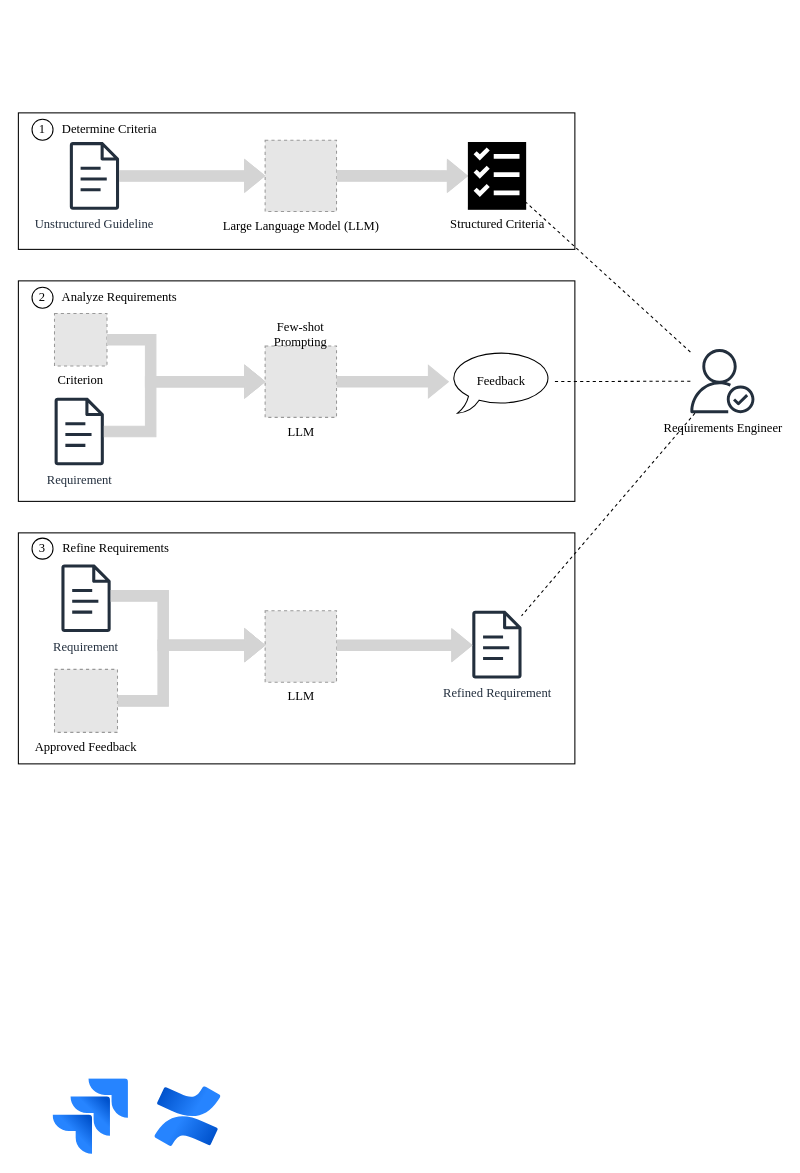
Above: Untitled Diagram.drawio in TizianDippold/llm-ticket-checker (draw.io), before the change. Source tidied: cells renumbered, new cells numbered last; positions are measured from the earlier drawing's top-left corner, leaving out a move shared by most shapes. Both pictures are drawn from the tidied source at 105%, with x=0, y=0 at pixel (18, 112). Pictures stored in the file or linked from it are replaced by grey dashed boxes.
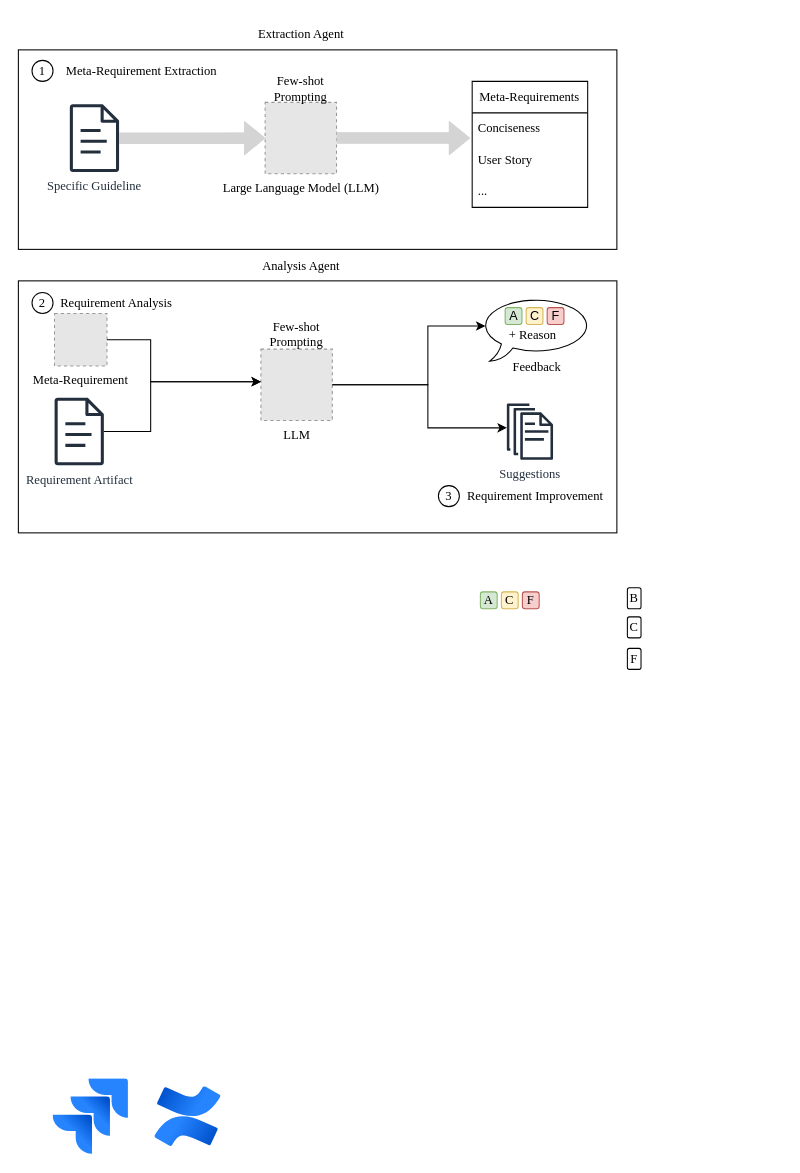
The same diagram, later.

What changed in the source:
```diff
@@
     <mxCell id="2" style="rounded=0;whiteSpace=wrap;html=1;fontFamily=Times New Roman;" parent="1" vertex="1">
-      <mxGeometry width="530" height="130" as="geometry" />
+      <mxGeometry y="-60" width="570" height="190" as="geometry" />
     </mxCell>
@@
     <mxCell id="4" value="Large Language Model (LLM)" style="fillColor=#E6E6E6;strokeColor=#999999;dashed=1;html=1;verticalAlign=top;verticalLabelPosition=bottom;labelBackgroundColor=none;fontFamily=Times New Roman;" parent="1" vertex="1">
-      <mxGeometry x="235" y="26" width="68" height="68" as="geometry" />
+      <mxGeometry x="235" y="-10" width="68" height="68" as="geometry" />
     </mxCell>
-    <mxCell id="5" style="edgeStyle=orthogonalEdgeStyle;rounded=0;jettySize=auto;html=1;shape=flexArrow;fillColor=#D4D4D4;fillStyle=auto;strokeColor=#D4D4D4;entryX=0;entryY=0.5;entryDx=0;entryDy=0;entryPerimeter=0;fontFamily=Times New Roman;" parent="1" edge="1" source="4" target="7">
-      <mxGeometry relative="1" as="geometry" />
+    <mxCell id="5" style="edgeStyle=orthogonalEdgeStyle;rounded=0;jettySize=auto;html=1;shape=flexArrow;fillColor=#D4D4D4;fillStyle=auto;strokeColor=#D4D4D4;fontFamily=Times New Roman;" parent="1" edge="1" source="4">
+      <mxGeometry relative="1" as="geometry">
+        <mxPoint x="430" y="24" as="targetPoint" />
+      </mxGeometry>
     </mxCell>
     <mxCell id="6" value="1" style="ellipse;whiteSpace=wrap;html=1;verticalAlign=middle;align=center;fontFamily=Times New Roman;" parent="1" vertex="1">
-      <mxGeometry x="13" y="6" width="20" height="20" as="geometry" />
+      <mxGeometry x="13" y="-50" width="20" height="20" as="geometry" />
     </mxCell>
-    <mxCell id="7" value="Structured Criteria" style="outlineConnect=0;dashed=0;verticalLabelPosition=bottom;verticalAlign=top;align=center;html=1;shape=mxgraph.aws3.checklist;fillColor=#000000;fontFamily=Times New Roman;" parent="1" vertex="1">
-      <mxGeometry x="428.1" y="27.8" width="55.5" height="64.5" as="geometry" />
-    </mxCell>
     <mxCell id="8" style="rounded=0;whiteSpace=wrap;html=1;fontFamily=Times New Roman;" parent="1" vertex="1">
-      <mxGeometry y="160" width="530" height="210" as="geometry" />
+      <mxGeometry y="160" width="570" height="240" as="geometry" />
     </mxCell>
     <mxCell id="9" value="LLM" style="fillColor=#E6E6E6;strokeColor=#999999;dashed=1;html=1;verticalAlign=top;verticalLabelPosition=bottom;labelBackgroundColor=none;fontFamily=Times New Roman;" parent="1" vertex="1">
-      <mxGeometry x="235" y="222" width="68" height="68" as="geometry" />
+      <mxGeometry x="231" y="225" width="68" height="68" as="geometry" />
     </mxCell>
     <mxCell id="10" value="2" style="ellipse;whiteSpace=wrap;html=1;verticalAlign=middle;align=center;fontFamily=Times New Roman;" parent="1" vertex="1">
-      <mxGeometry x="13" y="166" width="20" height="20" as="geometry" />
+      <mxGeometry x="13" y="171" width="20" height="20" as="geometry" />
     </mxCell>
-    <mxCell id="11" value="Criterion" style="fillColor=#E6E6E6;strokeColor=#999999;dashed=1;html=1;verticalAlign=top;verticalLabelPosition=bottom;labelBackgroundColor=none;fontFamily=Times New Roman;" parent="1" vertex="1">
+    <mxCell id="11" value="Meta-Requirement" style="fillColor=#E6E6E6;strokeColor=#999999;dashed=1;html=1;verticalAlign=top;verticalLabelPosition=bottom;labelBackgroundColor=none;fontFamily=Times New Roman;" parent="1" vertex="1">
       <mxGeometry x="34.4" y="191" width="50" height="50" as="geometry" />
     </mxCell>
-    <mxCell id="12" value="Unstructured Guideline" style="sketch=0;outlineConnect=0;fontColor=#232F3E;gradientColor=none;fillColor=#232F3D;strokeColor=none;dashed=0;verticalLabelPosition=bottom;verticalAlign=top;align=center;html=1;fontSize=12;fontStyle=0;shape=mxgraph.aws4.document;fontFamily=Times New Roman;" parent="1" vertex="1">
-      <mxGeometry x="48.9" y="27.8" width="47.1" height="64.5" as="geometry" />
+    <mxCell id="12" value="Specific Guideline" style="sketch=0;outlineConnect=0;fontColor=#232F3E;gradientColor=none;fillColor=#232F3D;strokeColor=none;dashed=0;verticalLabelPosition=bottom;verticalAlign=top;align=center;html=1;fontSize=12;fontStyle=0;shape=mxgraph.aws4.document;fontFamily=Times New Roman;" parent="1" vertex="1">
+      <mxGeometry x="48.9" y="-8.2" width="47.1" height="64.5" as="geometry" />
     </mxCell>
@@
-    <mxCell id="14" value="Requirement" style="sketch=0;outlineConnect=0;fontColor=#232F3E;gradientColor=none;fillColor=#232F3D;strokeColor=none;dashed=0;verticalLabelPosition=bottom;verticalAlign=top;align=center;html=1;fontSize=12;fontStyle=0;shape=mxgraph.aws4.document;fontFamily=Times New Roman;" parent="1" vertex="1">
+    <mxCell id="14" value="Requirement Artifact" style="sketch=0;outlineConnect=0;fontColor=#232F3E;gradientColor=none;fillColor=#232F3D;strokeColor=none;dashed=0;verticalLabelPosition=bottom;verticalAlign=top;align=center;html=1;fontSize=12;fontStyle=0;shape=mxgraph.aws4.document;fontFamily=Times New Roman;" parent="1" vertex="1">
       <mxGeometry x="34.4" y="271.2" width="47.1" height="64.5" as="geometry" />
     </mxCell>
-    <mxCell id="15" style="edgeStyle=orthogonalEdgeStyle;rounded=0;jettySize=auto;html=1;shape=flexArrow;fillColor=#D4D4D4;fillStyle=auto;strokeColor=#D4D4D4;fontFamily=Times New Roman;" parent="1" edge="1" source="11" target="9">
+    <mxCell id="15" style="edgeStyle=orthogonalEdgeStyle;rounded=0;jettySize=auto;html=1;fillStyle=auto;fontFamily=Times New Roman;" parent="1" edge="1" source="11" target="9">
       <mxGeometry relative="1" as="geometry">
         <Array as="points">
           <mxPoint x="126" y="216" />
           <mxPoint x="126" y="256" />
         </Array>
       </mxGeometry>
     </mxCell>
-    <mxCell id="16" style="edgeStyle=orthogonalEdgeStyle;rounded=0;jettySize=auto;html=1;shape=flexArrow;fillColor=#D4D4D4;fillStyle=auto;strokeColor=#D4D4D4;fontFamily=Times New Roman;" parent="1" edge="1" source="14" target="9">
+    <mxCell id="16" style="edgeStyle=orthogonalEdgeStyle;rounded=0;jettySize=auto;html=1;fillStyle=auto;fontFamily=Times New Roman;" parent="1" edge="1" source="14" target="9">
       <mxGeometry relative="1" as="geometry">
         <Array as="points">
           <mxPoint x="126" y="303" />
           <mxPoint x="126" y="256" />
         </Array>
       </mxGeometry>
     </mxCell>
-    <mxCell id="17" value="&lt;font&gt;Determine Criteria&lt;/font&gt;" style="text;html=1;align=center;verticalAlign=middle;whiteSpace=wrap;rounded=0;fontFamily=Times New Roman;" parent="1" vertex="1">
-      <mxGeometry x="22" y="1" width="130" height="30" as="geometry" />
-    </mxCell>
-    <mxCell id="18" value="&lt;font&gt;Analyze Requirements&lt;/font&gt;" style="text;html=1;align=center;verticalAlign=middle;whiteSpace=wrap;rounded=0;fontFamily=Times New Roman;" parent="1" vertex="1">
-      <mxGeometry x="23" y="161" width="147" height="30" as="geometry" />
+    <mxCell id="18" value="&lt;font&gt;Requirement Analysis&lt;/font&gt;" style="text;html=1;align=center;verticalAlign=middle;whiteSpace=wrap;rounded=0;fontFamily=Times New Roman;" parent="1" vertex="1">
+      <mxGeometry x="34.5" y="166" width="117" height="30" as="geometry" />
     </mxCell>
@@
     <mxCell id="20" value="Few-shot Prompting" style="text;html=1;align=center;verticalAlign=middle;whiteSpace=wrap;rounded=0;fontFamily=Times New Roman;" parent="1" vertex="1">
-      <mxGeometry x="239" y="196" width="60" height="30" as="geometry" />
+      <mxGeometry x="235" y="196" width="60" height="30" as="geometry" />
     </mxCell>
+    <mxCell id="22" style="edgeStyle=orthogonalEdgeStyle;rounded=0;jettySize=auto;html=1;fillStyle=auto;fontFamily=Times New Roman;entryX=0.045;entryY=0.45;entryDx=0;entryDy=0;entryPerimeter=0;" parent="1" edge="1" source="9" target="55">
+      <mxGeometry relative="1" as="geometry">
+        <Array as="points">
+          <mxPoint x="390" y="259" />
+          <mxPoint x="390" y="203" />
+        </Array>
+      </mxGeometry>
+    </mxCell>
+    <mxCell id="37" value="Meta-Requirements" style="swimlane;fontStyle=0;horizontal=1;startSize=30;whiteSpace=wrap;html=1;fontFamily=Times New Roman;" parent="1" vertex="1">
+      <mxGeometry x="432.2" y="-30" width="110" height="120" as="geometry" />
+    </mxCell>
+    <mxCell id="38" value="Conciseness" style="text;strokeColor=none;fillColor=none;align=left;verticalAlign=middle;spacingLeft=4;spacingRight=4;overflow=hidden;whiteSpace=wrap;html=1;fontFamily=Times New Roman;" parent="37" vertex="1">
+      <mxGeometry y="30" width="110" height="30" as="geometry" />
+    </mxCell>
+    <mxCell id="39" value="User Story" style="text;strokeColor=none;fillColor=none;align=left;verticalAlign=middle;spacingLeft=4;spacingRight=4;overflow=hidden;whiteSpace=wrap;html=1;fontFamily=Times New Roman;" parent="37" vertex="1">
+      <mxGeometry y="60" width="110" height="30" as="geometry" />
+    </mxCell>
+    <mxCell id="40" value="..." style="text;strokeColor=none;fillColor=none;align=left;verticalAlign=middle;spacingLeft=4;spacingRight=4;overflow=hidden;whiteSpace=wrap;html=1;fontFamily=Times New Roman;" parent="37" vertex="1">
+      <mxGeometry y="90" width="110" height="30" as="geometry" />
+    </mxCell>
+    <mxCell id="41" value="Extraction Agent" style="text;html=1;align=center;verticalAlign=middle;whiteSpace=wrap;rounded=0;fontFamily=Times New Roman;" parent="1" vertex="1">
+      <mxGeometry x="222.8" y="-90" width="92.5" height="30" as="geometry" />
+    </mxCell>
+    <mxCell id="42" value="Meta-Requirement Extraction" style="text;html=1;align=center;verticalAlign=middle;whiteSpace=wrap;rounded=0;fontFamily=Times New Roman;" parent="1" vertex="1">
+      <mxGeometry x="34.4" y="-55" width="167" height="30" as="geometry" />
+    </mxCell>
+    <mxCell id="43" value="Analysis Agent" style="text;html=1;align=center;verticalAlign=middle;whiteSpace=wrap;rounded=0;fontFamily=Times New Roman;" parent="1" vertex="1">
+      <mxGeometry x="222.8" y="131" width="92.5" height="30" as="geometry" />
+    </mxCell>
+    <mxCell id="44" value="Few-shot Prompting" style="text;html=1;align=center;verticalAlign=middle;whiteSpace=wrap;rounded=0;fontFamily=Times New Roman;" parent="1" vertex="1">
+      <mxGeometry x="239" y="-38.2" width="60" height="30" as="geometry" />
+    </mxCell>
+    <mxCell id="45" value="B" style="rounded=1;whiteSpace=wrap;html=1;fontFamily=Times New Roman;" parent="1" vertex="1">
+      <mxGeometry x="580" y="452.2" width="13" height="20" as="geometry" />
+    </mxCell>
+    <mxCell id="46" value="C" style="rounded=1;whiteSpace=wrap;html=1;fontFamily=Times New Roman;" parent="1" vertex="1">
+      <mxGeometry x="580" y="480" width="13" height="20" as="geometry" />
+    </mxCell>
+    <mxCell id="47" value="F" style="rounded=1;whiteSpace=wrap;html=1;fontFamily=Times New Roman;" parent="1" vertex="1">
+      <mxGeometry x="580" y="510" width="13" height="20" as="geometry" />
+    </mxCell>
+    <mxCell id="48" style="edgeStyle=orthogonalEdgeStyle;rounded=0;jettySize=auto;html=1;fillStyle=auto;fontFamily=Times New Roman;" parent="1" edge="1" source="9" target="53">
+      <mxGeometry relative="1" as="geometry">
+        <Array as="points">
+          <mxPoint x="390" y="259" />
+          <mxPoint x="390" y="300" />
+        </Array>
+      </mxGeometry>
+    </mxCell>
+    <mxCell id="49" style="group;fontFamily=Times New Roman;" parent="1" vertex="1">
+      <mxGeometry x="440" y="456.2" width="56" height="16" as="geometry" />
+    </mxCell>
+    <mxCell id="50" value="A" style="rounded=1;whiteSpace=wrap;html=1;fillColor=#d5e8d4;strokeColor=#82b366;align=center;fontFamily=Times New Roman;" parent="49" vertex="1">
+      <mxGeometry width="16" height="16" as="geometry" />
+    </mxCell>
+    <mxCell id="51" value="C" style="rounded=1;whiteSpace=wrap;html=1;fillColor=#fff2cc;strokeColor=#d6b656;align=center;fontFamily=Times New Roman;" parent="49" vertex="1">
+      <mxGeometry x="20" width="16" height="16" as="geometry" />
+    </mxCell>
+    <mxCell id="52" value="F" style="rounded=1;whiteSpace=wrap;html=1;fillColor=#f8cecc;strokeColor=#b85450;align=center;fontFamily=Times New Roman;" parent="49" vertex="1">
+      <mxGeometry x="40" width="16" height="16" as="geometry" />
+    </mxCell>
+    <mxCell id="53" value="Suggestions" style="sketch=0;outlineConnect=0;fontColor=#232F3E;gradientColor=none;fillColor=#232F3D;strokeColor=none;dashed=0;verticalLabelPosition=bottom;verticalAlign=top;align=center;html=1;fontSize=12;fontStyle=0;shape=mxgraph.aws4.documents;fontFamily=Times New Roman;" parent="1" vertex="1">
+      <mxGeometry x="465.2" y="276.7" width="44" height="53.6" as="geometry" />
+    </mxCell>
+    <mxCell id="54" style="group;" parent="1" vertex="1">
+      <mxGeometry x="440" y="175.5" width="107.2" height="81" as="geometry" />
+    </mxCell>
+    <mxCell id="55" style="whiteSpace=wrap;html=1;shape=mxgraph.basic.oval_callout;fontFamily=Times New Roman;" parent="54" vertex="1">
+      <mxGeometry width="107.2" height="61" as="geometry" />
+    </mxCell>
+    <mxCell id="56" style="group;fontFamily=Times New Roman;" parent="54" vertex="1">
+      <mxGeometry x="23.6" y="10" width="56" height="16" as="geometry" />
+    </mxCell>
+    <mxCell id="57" value="A" style="rounded=1;whiteSpace=wrap;html=1;fillColor=#d5e8d4;strokeColor=#82b366;align=center;fontFamily=Helvetica;" parent="56" vertex="1">
+      <mxGeometry width="16" height="16" as="geometry" />
+    </mxCell>
+    <mxCell id="58" value="C" style="rounded=1;whiteSpace=wrap;html=1;fillColor=#fff2cc;strokeColor=#d6b656;align=center;fontFamily=Helvetica;" parent="56" vertex="1">
+      <mxGeometry x="20" width="16" height="16" as="geometry" />
+    </mxCell>
+    <mxCell id="59" value="F" style="rounded=1;whiteSpace=wrap;html=1;fillColor=#f8cecc;strokeColor=#b85450;align=center;fontFamily=Helvetica;" parent="56" vertex="1">
+      <mxGeometry x="40" width="16" height="16" as="geometry" />
+    </mxCell>
+    <mxCell id="60" value="+ Reason" style="text;html=1;align=center;verticalAlign=middle;whiteSpace=wrap;rounded=0;fontFamily=Times New Roman;" parent="54" vertex="1">
+      <mxGeometry x="19.6" y="21" width="60" height="30" as="geometry" />
+    </mxCell>
-    <mxCell id="21" value="Feedback" style="whiteSpace=wrap;html=1;shape=mxgraph.basic.oval_callout;fontFamily=Times New Roman;" parent="1" vertex="1">
-      <mxGeometry x="410" y="226" width="100" height="60" as="geometry" />
+    <mxCell id="21" value="Feedback" style="text;html=1;align=center;verticalAlign=middle;whiteSpace=wrap;rounded=0;fontFamily=Times New Roman;" parent="54" vertex="1">
+      <mxGeometry x="23.6" y="51" width="60" height="30" as="geometry" />
     </mxCell>
-    <mxCell id="22" style="edgeStyle=orthogonalEdgeStyle;rounded=0;jettySize=auto;html=1;shape=flexArrow;fillColor=#D4D4D4;fillStyle=auto;strokeColor=#D4D4D4;fontFamily=Times New Roman;" parent="1" edge="1" source="9" target="21">
-      <mxGeometry relative="1" as="geometry" />
-    </mxCell>
-    <mxCell id="23" style="rounded=0;whiteSpace=wrap;html=1;fontFamily=Times New Roman;" parent="1" vertex="1">
-      <mxGeometry y="400" width="530" height="220" as="geometry" />
-    </mxCell>
     <mxCell id="24" value="3" style="ellipse;whiteSpace=wrap;html=1;verticalAlign=middle;align=center;fontFamily=Times New Roman;" parent="1" vertex="1">
-      <mxGeometry x="13" y="405" width="20" height="20" as="geometry" />
+      <mxGeometry x="400" y="355" width="20" height="20" as="geometry" />
     </mxCell>
-    <mxCell id="25" value="&lt;font&gt;Refine Requirements&lt;/font&gt;" style="text;html=1;align=center;verticalAlign=middle;whiteSpace=wrap;rounded=0;fontFamily=Times New Roman;" parent="1" vertex="1">
-      <mxGeometry x="23" y="400" width="140" height="30" as="geometry" />
-    </mxCell>
-    <mxCell id="26" value="Requirement" style="sketch=0;outlineConnect=0;fontColor=#232F3E;gradientColor=none;fillColor=#232F3D;strokeColor=none;dashed=0;verticalLabelPosition=bottom;verticalAlign=top;align=center;html=1;fontSize=12;fontStyle=0;shape=mxgraph.aws4.document;fontFamily=Times New Roman;" parent="1" vertex="1">
-      <mxGeometry x="40.9" y="430" width="47.1" height="64.5" as="geometry" />
-    </mxCell>
-    <mxCell id="27" value="Approved Feedback" style="fillColor=#E6E6E6;strokeColor=#999999;dashed=1;html=1;verticalAlign=top;verticalLabelPosition=bottom;labelBackgroundColor=none;fontFamily=Times New Roman;" parent="1" vertex="1">
-      <mxGeometry x="34.4" y="530" width="60" height="60" as="geometry" />
-    </mxCell>
-    <mxCell id="28" value="LLM" style="fillColor=#E6E6E6;strokeColor=#999999;dashed=1;html=1;verticalAlign=top;verticalLabelPosition=bottom;labelBackgroundColor=none;fontFamily=Times New Roman;" parent="1" vertex="1">
-      <mxGeometry x="235" y="474.2" width="68" height="68" as="geometry" />
-    </mxCell>
-    <mxCell id="29" style="edgeStyle=orthogonalEdgeStyle;rounded=0;jettySize=auto;html=1;shape=flexArrow;fillColor=#D4D4D4;fillStyle=auto;strokeColor=#D4D4D4;fontFamily=Times New Roman;" parent="1" edge="1" source="27" target="28">
-      <mxGeometry relative="1" as="geometry">
-        <Array as="points">
-          <mxPoint x="137.9" y="560" />
-          <mxPoint x="137.9" y="507" />
-        </Array>
-      </mxGeometry>
-    </mxCell>
-    <mxCell id="30" value="Refined Requirement" style="sketch=0;outlineConnect=0;fontColor=#232F3E;gradientColor=none;fillColor=#232F3D;strokeColor=none;dashed=0;verticalLabelPosition=bottom;verticalAlign=top;align=center;html=1;fontSize=12;fontStyle=0;shape=mxgraph.aws4.document;fontFamily=Times New Roman;" parent="1" vertex="1">
-      <mxGeometry x="432.2" y="474.2" width="47.1" height="64.5" as="geometry" />
-    </mxCell>
-    <mxCell id="31" style="edgeStyle=orthogonalEdgeStyle;rounded=0;jettySize=auto;html=1;shape=flexArrow;fillColor=#D4D4D4;fillStyle=auto;strokeColor=#D4D4D4;fontFamily=Times New Roman;" parent="1" edge="1" source="28" target="30">
-      <mxGeometry relative="1" as="geometry">
-        <Array as="points">
-          <mxPoint x="370" y="507" />
-          <mxPoint x="370" y="507" />
-        </Array>
-      </mxGeometry>
-    </mxCell>
-    <mxCell id="32" style="edgeStyle=orthogonalEdgeStyle;rounded=0;jettySize=auto;html=1;shape=flexArrow;fillColor=#D4D4D4;fillStyle=auto;strokeColor=#D4D4D4;fontFamily=Times New Roman;" parent="1" edge="1" source="26" target="28">
-      <mxGeometry relative="1" as="geometry">
-        <Array as="points">
-          <mxPoint x="137.9" y="460" />
-          <mxPoint x="137.9" y="507" />
-        </Array>
-      </mxGeometry>
-    </mxCell>
-    <mxCell id="33" style="rounded=0;jettySize=auto;html=1;dashed=1;endArrow=none;endFill=0;fontFamily=Times New Roman;" parent="1" edge="1" source="36" target="21">
-      <mxGeometry relative="1" as="geometry" />
-    </mxCell>
-    <mxCell id="34" style="rounded=0;jettySize=auto;html=1;dashed=1;endArrow=none;endFill=0;fontFamily=Times New Roman;" parent="1" edge="1" source="36" target="7">
-      <mxGeometry relative="1" as="geometry" />
-    </mxCell>
-    <mxCell id="35" style="rounded=0;jettySize=auto;html=1;dashed=1;endArrow=none;endFill=0;fontFamily=Times New Roman;" parent="1" edge="1" source="36" target="30">
-      <mxGeometry relative="1" as="geometry" />
-    </mxCell>
-    <mxCell id="36" value="Requirements Engineer" style="sketch=0;outlineConnect=0;dashed=0;verticalLabelPosition=bottom;verticalAlign=top;align=center;html=1;fontSize=12;fontStyle=0;shape=mxgraph.aws4.authenticated_user;fontFamily=Times New Roman;" parent="1" vertex="1">
-      <mxGeometry x="640" y="225" width="61" height="61" as="geometry" />
-    </mxCell>
+    <mxCell id="61" value="&lt;font&gt;Requirement Improvement&lt;/font&gt;" style="text;html=1;align=center;verticalAlign=middle;whiteSpace=wrap;rounded=0;fontFamily=Times New Roman;" parent="1" vertex="1">
+      <mxGeometry x="421.5" y="350" width="140.5" height="30" as="geometry" />
+    </mxCell>
```
